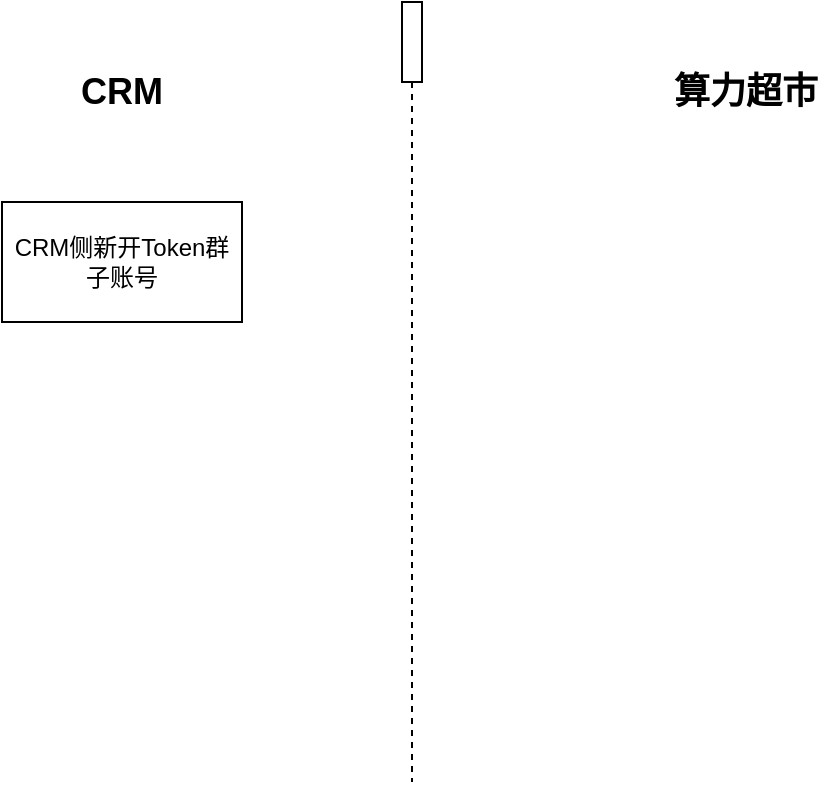
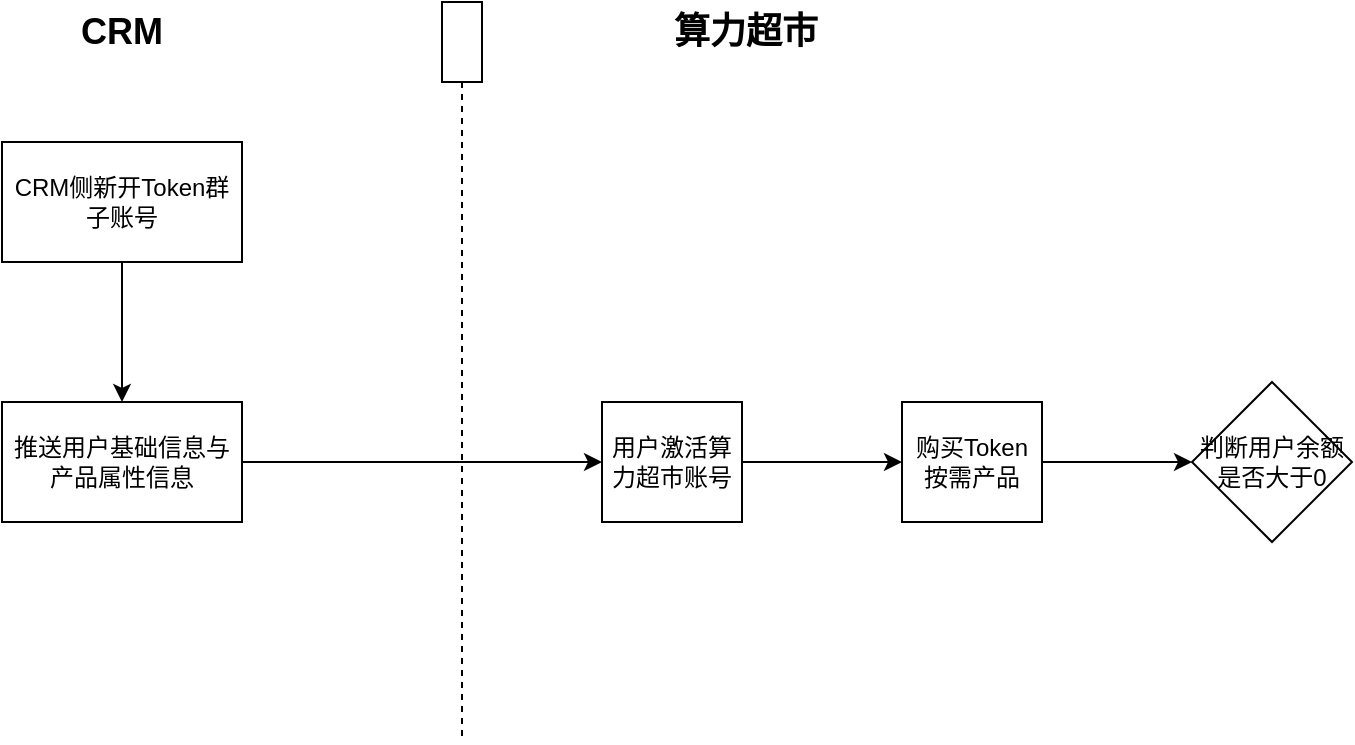
<mxfile host="app.diagrams.net">
  <diagram name="订购流程" id="AQjDujfQTNReucyWCHzX">
    <mxGraphModel dx="1022" dy="598" grid="1" gridSize="10" guides="1" tooltips="1" connect="1" arrows="1" fold="1" page="1" pageScale="1" pageWidth="827" pageHeight="1169" math="0" shadow="0">
      <root>
        <mxCell id="0" />
        <mxCell id="1" parent="0" />
+         <mxCell id="CEaLPyawCCBcNyB-U0SB-2" edge="1" parent="1" source="UjK-lL8y8fFmidLC2YN5-1" style="edgeStyle=orthogonalEdgeStyle;rounded=0;orthogonalLoop=1;jettySize=auto;html=1;" target="CEaLPyawCCBcNyB-U0SB-1" value="">
+           <mxGeometry relative="1" as="geometry" />
+         </mxCell>
        <mxCell id="UjK-lL8y8fFmidLC2YN5-1" parent="1" style="rounded=0;whiteSpace=wrap;html=1;" value="CRM侧新开Token群子账号" vertex="1">
          <mxGeometry height="60" width="120" x="50" y="130" as="geometry" />
        </mxCell>
        <mxCell id="UjK-lL8y8fFmidLC2YN5-3" parent="1" style="shape=umlLifeline;perimeter=lifelinePerimeter;whiteSpace=wrap;html=1;container=1;dropTarget=0;collapsible=0;recursiveResize=0;outlineConnect=0;portConstraint=eastwest;newEdgeStyle={&quot;curved&quot;:0,&quot;rounded&quot;:0};" value="" vertex="1">
-           <mxGeometry height="390" width="10" x="250" y="30" as="geometry" />
+           <mxGeometry height="370" width="20" x="270" y="60" as="geometry" />
        </mxCell>
        <mxCell id="UjK-lL8y8fFmidLC2YN5-4" parent="1" style="text;html=1;whiteSpace=wrap;strokeColor=none;fillColor=none;align=center;verticalAlign=middle;rounded=0;" value="&lt;b&gt;&lt;font style=&quot;font-size: 18px;&quot;&gt;CRM&lt;/font&gt;&lt;/b&gt;" vertex="1">
          <mxGeometry height="30" width="60" x="80" y="60" as="geometry" />
        </mxCell>
        <mxCell id="UjK-lL8y8fFmidLC2YN5-5" parent="1" style="text;html=1;whiteSpace=wrap;strokeColor=none;fillColor=none;align=center;verticalAlign=middle;rounded=0;" value="&lt;b&gt;&lt;font style=&quot;font-size: 18px;&quot;&gt;算力超市&lt;/font&gt;&lt;/b&gt;" vertex="1">
          <mxGeometry height="30" width="76" x="384" y="60" as="geometry" />
        </mxCell>
+         <mxCell id="CEaLPyawCCBcNyB-U0SB-4" edge="1" parent="1" source="CEaLPyawCCBcNyB-U0SB-1" style="edgeStyle=orthogonalEdgeStyle;rounded=0;orthogonalLoop=1;jettySize=auto;html=1;" target="CEaLPyawCCBcNyB-U0SB-3" value="">
+           <mxGeometry relative="1" as="geometry" />
+         </mxCell>
+         <mxCell id="CEaLPyawCCBcNyB-U0SB-1" parent="1" style="whiteSpace=wrap;html=1;rounded=0;" value="推送用户基础信息与产品属性信息" vertex="1">
+           <mxGeometry height="60" width="120" x="50" y="260" as="geometry" />
+         </mxCell>
+         <mxCell id="CEaLPyawCCBcNyB-U0SB-6" edge="1" parent="1" source="CEaLPyawCCBcNyB-U0SB-3" style="edgeStyle=orthogonalEdgeStyle;rounded=0;orthogonalLoop=1;jettySize=auto;html=1;" target="CEaLPyawCCBcNyB-U0SB-5" value="">
+           <mxGeometry relative="1" as="geometry" />
+         </mxCell>
+         <mxCell id="CEaLPyawCCBcNyB-U0SB-3" parent="1" style="whiteSpace=wrap;html=1;rounded=0;" value="用户激活算力超市账号" vertex="1">
+           <mxGeometry height="60" width="70" x="350" y="260" as="geometry" />
+         </mxCell>
+         <mxCell id="CEaLPyawCCBcNyB-U0SB-10" edge="1" parent="1" source="CEaLPyawCCBcNyB-U0SB-5" style="edgeStyle=orthogonalEdgeStyle;rounded=0;orthogonalLoop=1;jettySize=auto;html=1;" target="CEaLPyawCCBcNyB-U0SB-9" value="">
+           <mxGeometry relative="1" as="geometry" />
+         </mxCell>
+         <mxCell id="CEaLPyawCCBcNyB-U0SB-5" parent="1" style="whiteSpace=wrap;html=1;rounded=0;" value="购买Token按需产品" vertex="1">
+           <mxGeometry height="60" width="70" x="500" y="260" as="geometry" />
+         </mxCell>
+         <mxCell id="CEaLPyawCCBcNyB-U0SB-9" parent="1" style="rhombus;whiteSpace=wrap;html=1;rounded=0;" value="判断用户余额是否大于0" vertex="1">
+           <mxGeometry height="80" width="80" x="645" y="250" as="geometry" />
+         </mxCell>
      </root>
    </mxGraphModel>
  </diagram>
</mxfile>
